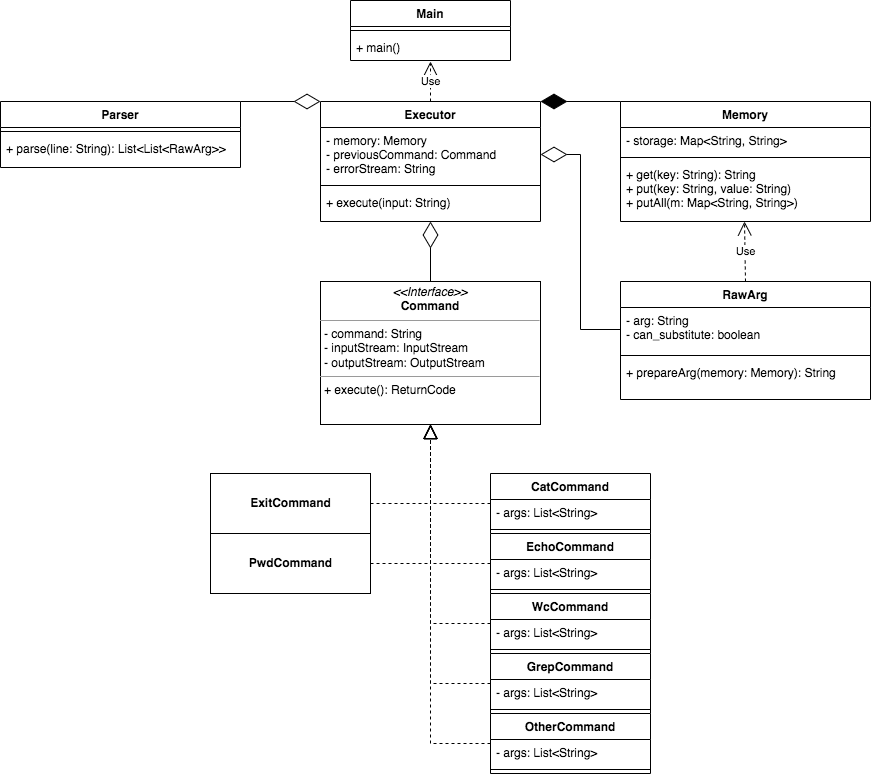
Before: CLIArchitecture.png, a diagram exported from draw.io (kot239/SD-spring-2022). Source tidied: cells renumbered, new cells last; positions are measured from the earlier drawing's top-left corner, leaving out a move shared by most shapes.
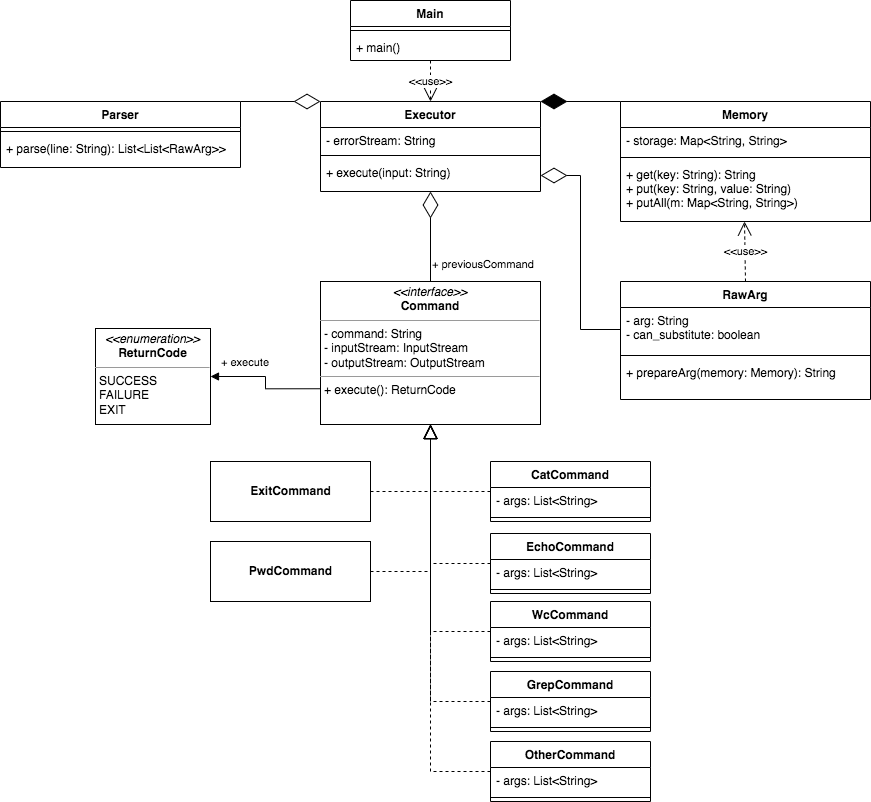
Above is the later version.

Change to the diagram source:
```diff
@@ -24,16 +24,16 @@
       <mxGeometry y="34" width="160" height="26" as="geometry" />
     </mxCell>
     <mxCell id="9" value="Executor" style="swimlane;fontStyle=1;align=center;verticalAlign=top;horizontal=1;startSize=26;" parent="1" vertex="1">
-      <mxGeometry x="320" y="101" width="220" height="120" as="geometry" />
+      <mxGeometry x="320" y="101" width="220" height="90" as="geometry" />
     </mxCell>
-    <mxCell id="10" value="- memory: Memory&#10;- previousCommand: Command&#10;- errorStream: String" style="text;strokeColor=none;fillColor=none;align=left;verticalAlign=top;spacingLeft=4;spacingRight=4;overflow=hidden;points=[[0,0.5],[1,0.5]];portConstraint=eastwest;" parent="9" vertex="1">
-      <mxGeometry y="26" width="220" height="54" as="geometry" />
+    <mxCell id="10" value="- errorStream: String" style="text;strokeColor=none;fillColor=none;align=left;verticalAlign=top;spacingLeft=4;spacingRight=4;overflow=hidden;points=[[0,0.5],[1,0.5]];portConstraint=eastwest;" parent="9" vertex="1">
+      <mxGeometry y="26" width="220" height="24" as="geometry" />
     </mxCell>
     <mxCell id="11" style="line;strokeWidth=1;fillColor=none;align=left;verticalAlign=middle;spacingTop=-1;spacingLeft=3;spacingRight=3;labelPosition=right;" parent="9" vertex="1">
-      <mxGeometry y="80" width="220" height="8" as="geometry" />
+      <mxGeometry y="50" width="220" height="8" as="geometry" />
     </mxCell>
     <mxCell id="12" value="+ execute(input: String)" style="text;strokeColor=none;fillColor=none;align=left;verticalAlign=top;spacingLeft=4;spacingRight=4;overflow=hidden;points=[[0,0.5],[1,0.5]];portConstraint=eastwest;" parent="9" vertex="1">
-      <mxGeometry y="88" width="220" height="32" as="geometry" />
+      <mxGeometry y="58" width="220" height="32" as="geometry" />
     </mxCell>
     <mxCell id="13" value="Parser" style="swimlane;fontStyle=1;align=center;verticalAlign=top;horizontal=1;startSize=26;" parent="1" vertex="1">
       <mxGeometry y="101" width="240" height="66" as="geometry" />
@@ -44,11 +44,11 @@
     <mxCell id="15" value="+ parse(line: String): List&lt;List&lt;RawArg&gt;&gt;" style="text;strokeColor=none;fillColor=none;align=left;verticalAlign=top;spacingLeft=4;spacingRight=4;overflow=hidden;" parent="13" vertex="1">
       <mxGeometry y="34" width="240" height="32" as="geometry" />
     </mxCell>
-    <mxCell id="16" value="&lt;p style=&quot;margin: 0px ; margin-top: 4px ; text-align: center&quot;&gt;&lt;i&gt;&amp;lt;&amp;lt;Interface&amp;gt;&amp;gt;&lt;/i&gt;&lt;br&gt;&lt;span style=&quot;font-weight: 700&quot;&gt;Command&lt;/span&gt;&lt;br&gt;&lt;/p&gt;&lt;hr size=&quot;1&quot;&gt;&lt;p style=&quot;margin: 0px ; margin-left: 4px&quot;&gt;- command: String&lt;br style=&quot;padding: 0px ; margin: 0px&quot;&gt;- inputStream: InputStream&lt;br style=&quot;padding: 0px ; margin: 0px&quot;&gt;- outputStream: OutputStream&lt;/p&gt;&lt;hr size=&quot;1&quot;&gt;&lt;p style=&quot;margin: 0px ; margin-left: 4px&quot;&gt;+ execute(): ReturnCode&lt;/p&gt;" style="verticalAlign=top;align=left;overflow=fill;fontSize=12;fontFamily=Helvetica;html=1;" parent="1" vertex="1">
+    <mxCell id="16" value="&lt;p style=&quot;margin: 0px ; margin-top: 4px ; text-align: center&quot;&gt;&lt;i&gt;&amp;lt;&amp;lt;interface&amp;gt;&amp;gt;&lt;/i&gt;&lt;br&gt;&lt;span style=&quot;font-weight: 700&quot;&gt;Command&lt;/span&gt;&lt;br&gt;&lt;/p&gt;&lt;hr size=&quot;1&quot;&gt;&lt;p style=&quot;margin: 0px ; margin-left: 4px&quot;&gt;- command: String&lt;br style=&quot;padding: 0px ; margin: 0px&quot;&gt;- inputStream: InputStream&lt;br style=&quot;padding: 0px ; margin: 0px&quot;&gt;- outputStream: OutputStream&lt;/p&gt;&lt;hr size=&quot;1&quot;&gt;&lt;p style=&quot;margin: 0px ; margin-left: 4px&quot;&gt;+ execute(): ReturnCode&lt;/p&gt;" style="verticalAlign=top;align=left;overflow=fill;fontSize=12;fontFamily=Helvetica;html=1;" parent="1" vertex="1">
       <mxGeometry x="320" y="281" width="220" height="143" as="geometry" />
     </mxCell>
     <mxCell id="17" value="CatCommand" style="swimlane;fontStyle=1;align=center;verticalAlign=top;horizontal=1;startSize=26;" parent="1" vertex="1">
-      <mxGeometry x="490" y="473" width="160" height="60" as="geometry" />
+      <mxGeometry x="490" y="461" width="160" height="60" as="geometry" />
     </mxCell>
     <mxCell id="18" value="- args: List&lt;String&gt;" style="text;strokeColor=none;fillColor=none;align=left;verticalAlign=top;spacingLeft=4;spacingRight=4;overflow=hidden;" parent="17" vertex="1">
       <mxGeometry y="26" width="160" height="26" as="geometry" />
@@ -66,7 +66,7 @@
       <mxGeometry y="52" width="160" height="8" as="geometry" />
     </mxCell>
     <mxCell id="23" value="WcCommand" style="swimlane;fontStyle=1;align=center;verticalAlign=top;horizontal=1;startSize=26;" parent="1" vertex="1">
-      <mxGeometry x="490" y="593" width="160" height="60" as="geometry" />
+      <mxGeometry x="490" y="601" width="160" height="60" as="geometry" />
     </mxCell>
     <mxCell id="24" value="- args: List&lt;String&gt;" style="text;strokeColor=none;fillColor=none;align=left;verticalAlign=top;spacingLeft=4;spacingRight=4;overflow=hidden;" parent="23" vertex="1">
       <mxGeometry y="26" width="160" height="26" as="geometry" />
@@ -75,7 +75,7 @@
       <mxGeometry y="52" width="160" height="8" as="geometry" />
     </mxCell>
     <mxCell id="26" value="GrepCommand" style="swimlane;fontStyle=1;align=center;verticalAlign=top;horizontal=1;startSize=26;" parent="1" vertex="1">
-      <mxGeometry x="490" y="653" width="160" height="60" as="geometry" />
+      <mxGeometry x="490" y="671" width="160" height="60" as="geometry" />
     </mxCell>
     <mxCell id="27" value="- args: List&lt;String&gt;" style="text;strokeColor=none;fillColor=none;align=left;verticalAlign=top;spacingLeft=4;spacingRight=4;overflow=hidden;" parent="26" vertex="1">
       <mxGeometry y="26" width="160" height="26" as="geometry" />
@@ -84,13 +84,13 @@
       <mxGeometry y="52" width="160" height="8" as="geometry" />
     </mxCell>
     <mxCell id="29" value="&lt;b&gt;PwdCommand&lt;/b&gt;" style="html=1;" parent="1" vertex="1">
-      <mxGeometry x="210" y="533" width="160" height="60" as="geometry" />
+      <mxGeometry x="210" y="541" width="160" height="60" as="geometry" />
     </mxCell>
     <mxCell id="30" value="&lt;b&gt;ExitCommand&lt;/b&gt;" style="html=1;" parent="1" vertex="1">
-      <mxGeometry x="210" y="473" width="160" height="60" as="geometry" />
+      <mxGeometry x="210" y="461" width="160" height="60" as="geometry" />
     </mxCell>
     <mxCell id="31" value="OtherCommand" style="swimlane;fontStyle=1;align=center;verticalAlign=top;horizontal=1;startSize=26;" parent="1" vertex="1">
-      <mxGeometry x="490" y="713" width="160" height="60" as="geometry" />
+      <mxGeometry x="490" y="741" width="160" height="60" as="geometry" />
     </mxCell>
     <mxCell id="32" value="- args: List&lt;String&gt;" style="text;strokeColor=none;fillColor=none;align=left;verticalAlign=top;spacingLeft=4;spacingRight=4;overflow=hidden;" parent="31" vertex="1">
       <mxGeometry y="26" width="160" height="26" as="geometry" />
@@ -101,21 +101,21 @@
     <mxCell id="34" style="endArrow=block;dashed=1;endFill=0;endSize=12;html=1;rounded=0;exitX=1;exitY=0.5;exitDx=0;exitDy=0;entryX=0.5;entryY=1;entryDx=0;entryDy=0;" parent="1" edge="1" source="30" target="16">
       <mxGeometry relative="1" as="geometry">
         <Array as="points">
-          <mxPoint x="430" y="503" />
+          <mxPoint x="430" y="491" />
         </Array>
       </mxGeometry>
     </mxCell>
     <mxCell id="35" style="endArrow=block;dashed=1;endFill=0;endSize=12;html=1;rounded=0;exitX=1;exitY=0.5;exitDx=0;exitDy=0;entryX=0.5;entryY=1;entryDx=0;entryDy=0;" parent="1" edge="1" source="29" target="16">
       <mxGeometry relative="1" as="geometry">
         <Array as="points">
-          <mxPoint x="430" y="563" />
+          <mxPoint x="430" y="571" />
         </Array>
       </mxGeometry>
     </mxCell>
     <mxCell id="36" style="endArrow=block;dashed=1;endFill=0;endSize=12;html=1;rounded=0;exitX=0;exitY=0.5;exitDx=0;exitDy=0;entryX=0.5;entryY=1;entryDx=0;entryDy=0;" parent="1" edge="1" source="17" target="16">
       <mxGeometry relative="1" as="geometry">
         <Array as="points">
-          <mxPoint x="430" y="503" />
+          <mxPoint x="430" y="491" />
         </Array>
       </mxGeometry>
     </mxCell>
@@ -129,26 +129,30 @@
     <mxCell id="38" style="endArrow=block;dashed=1;endFill=0;endSize=12;html=1;rounded=0;exitX=0;exitY=0.5;exitDx=0;exitDy=0;entryX=0.5;entryY=1;entryDx=0;entryDy=0;" parent="1" edge="1" source="23" target="16">
       <mxGeometry relative="1" as="geometry">
         <Array as="points">
-          <mxPoint x="430" y="623" />
+          <mxPoint x="430" y="631" />
         </Array>
       </mxGeometry>
     </mxCell>
     <mxCell id="39" style="endArrow=block;dashed=1;endFill=0;endSize=12;html=1;rounded=0;exitX=0;exitY=0.5;exitDx=0;exitDy=0;entryX=0.5;entryY=1;entryDx=0;entryDy=0;" parent="1" edge="1" source="26" target="16">
       <mxGeometry relative="1" as="geometry">
         <Array as="points">
-          <mxPoint x="430" y="683" />
+          <mxPoint x="430" y="701" />
         </Array>
       </mxGeometry>
     </mxCell>
     <mxCell id="40" style="endArrow=block;dashed=1;endFill=0;endSize=12;html=1;rounded=0;exitX=0;exitY=0.5;exitDx=0;exitDy=0;entryX=0.5;entryY=1;entryDx=0;entryDy=0;" parent="1" edge="1" source="31" target="16">
       <mxGeometry relative="1" as="geometry">
         <Array as="points">
-          <mxPoint x="430" y="743" />
+          <mxPoint x="430" y="771" />
         </Array>
       </mxGeometry>
     </mxCell>
-    <mxCell id="41" value="Use" style="endArrow=open;endSize=12;dashed=1;html=1;rounded=0;entryX=0.5;entryY=1.038;entryDx=0;entryDy=0;entryPerimeter=0;exitX=0.5;exitY=0;exitDx=0;exitDy=0;" parent="1" edge="1" source="9" target="8">
-      <mxGeometry relative="1" as="geometry" />
+    <mxCell id="41" value="&amp;lt;&amp;lt;use&amp;gt;&amp;gt;" style="endArrow=open;endSize=12;dashed=1;html=1;rounded=0;exitX=0.5;exitY=1;exitDx=0;exitDy=0;exitPerimeter=0;entryX=0.5;entryY=0;entryDx=0;entryDy=0;" parent="1" edge="1" source="8" target="9">
+      <mxGeometry relative="1" as="geometry">
+        <Array as="points">
+          <mxPoint x="430" y="81" />
+        </Array>
+      </mxGeometry>
     </mxCell>
     <mxCell id="42" value="RawArg" style="swimlane;fontStyle=1;align=center;verticalAlign=top;horizontal=1;startSize=26;" parent="1" vertex="1">
       <mxGeometry x="620" y="281" width="250" height="118" as="geometry" />
@@ -162,11 +166,11 @@
     <mxCell id="45" value="+ prepareArg(memory: Memory): String" style="text;strokeColor=none;fillColor=none;align=left;verticalAlign=top;spacingLeft=4;spacingRight=4;overflow=hidden;" parent="42" vertex="1">
       <mxGeometry y="78" width="250" height="40" as="geometry" />
     </mxCell>
-    <mxCell id="46" value="Use" style="endArrow=open;endSize=12;dashed=1;html=1;rounded=0;entryX=0.496;entryY=1;entryDx=0;entryDy=0;entryPerimeter=0;exitX=0.5;exitY=0;exitDx=0;exitDy=0;" parent="1" edge="1" source="42" target="5">
+    <mxCell id="46" value="&amp;lt;&amp;lt;use&amp;gt;&amp;gt;" style="endArrow=open;endSize=12;dashed=1;html=1;rounded=0;entryX=0.496;entryY=1;entryDx=0;entryDy=0;entryPerimeter=0;exitX=0.5;exitY=0;exitDx=0;exitDy=0;" parent="1" edge="1" source="42" target="5">
       <mxGeometry relative="1" as="geometry" />
     </mxCell>
-    <mxCell id="47" style="endArrow=diamondThin;endFill=0;endSize=24;html=1;rounded=0;entryX=0.5;entryY=1;entryDx=0;entryDy=0;entryPerimeter=0;exitX=0.5;exitY=0;exitDx=0;exitDy=0;" parent="1" edge="1" source="16" target="12">
-      <mxGeometry relative="1" as="geometry" />
+    <mxCell id="47" value="+ previousCommand" style="endArrow=diamondThin;endFill=0;endSize=24;html=1;rounded=0;entryX=0.5;entryY=1;entryDx=0;entryDy=0;entryPerimeter=0;exitX=0.5;exitY=0;exitDx=0;exitDy=0;verticalAlign=top;align=left;" parent="1" edge="1" source="16" target="12">
+      <mxGeometry x="-0.33" relative="1" as="geometry" />
     </mxCell>
     <mxCell id="48" style="endArrow=diamondThin;endFill=1;endSize=24;html=1;rounded=0;exitX=0;exitY=0;exitDx=0;exitDy=0;entryX=1;entryY=0;entryDx=0;entryDy=0;" parent="1" edge="1" source="2" target="9">
       <mxGeometry relative="1" as="geometry" />
@@ -174,13 +178,21 @@
     <mxCell id="49" style="endArrow=diamondThin;endFill=0;endSize=24;html=1;rounded=0;exitX=1;exitY=0;exitDx=0;exitDy=0;entryX=0;entryY=0;entryDx=0;entryDy=0;" parent="1" edge="1" source="13" target="9">
       <mxGeometry relative="1" as="geometry" />
     </mxCell>
-    <mxCell id="50" style="endArrow=diamondThin;endFill=0;endSize=24;html=1;rounded=0;exitX=0;exitY=0.5;exitDx=0;exitDy=0;entryX=1;entryY=0.5;entryDx=0;entryDy=0;" parent="1" edge="1" source="43" target="10">
+    <mxCell id="50" style="endArrow=diamondThin;endFill=0;endSize=24;html=1;rounded=0;exitX=0;exitY=0.5;exitDx=0;exitDy=0;entryX=1;entryY=0.5;entryDx=0;entryDy=0;" parent="1" edge="1" source="43" target="12">
       <mxGeometry relative="1" as="geometry">
         <Array as="points">
           <mxPoint x="580" y="329" />
-          <mxPoint x="580" y="154" />
+          <mxPoint x="580" y="175" />
         </Array>
       </mxGeometry>
     </mxCell>
+    <mxCell id="51" value="&lt;p style=&quot;margin: 0px ; margin-top: 4px ; text-align: center&quot;&gt;&lt;i&gt;&amp;lt;&amp;lt;enumeration&amp;gt;&amp;gt;&lt;/i&gt;&lt;br&gt;&lt;b&gt;ReturnCode&lt;/b&gt;&lt;/p&gt;&lt;hr size=&quot;1&quot;&gt;&lt;p style=&quot;margin: 0px ; margin-left: 4px&quot;&gt;SUCCESS&lt;/p&gt;&lt;p style=&quot;margin: 0px ; margin-left: 4px&quot;&gt;FAILURE&lt;/p&gt;&lt;p style=&quot;margin: 0px ; margin-left: 4px&quot;&gt;EXIT&lt;/p&gt;" style="verticalAlign=top;align=left;overflow=fill;fontSize=12;fontFamily=Helvetica;html=1;" parent="1" vertex="1">
+      <mxGeometry x="95" y="328" width="115" height="96" as="geometry" />
+    </mxCell>
+    <mxCell id="52" value="+ execute" style="endArrow=block;endFill=1;html=1;edgeStyle=orthogonalEdgeStyle;align=right;verticalAlign=bottom;rounded=0;exitX=0;exitY=0.75;exitDx=0;exitDy=0;entryX=1;entryY=0.5;entryDx=0;entryDy=0;" parent="1" edge="1" source="16" target="51">
+      <mxGeometry x="0.1" y="-7" relative="1" as="geometry">
+        <mxPoint x="5" y="2" as="offset" />
+      </mxGeometry>
+    </mxCell>
   </root>
 </mxGraphModel>
```
